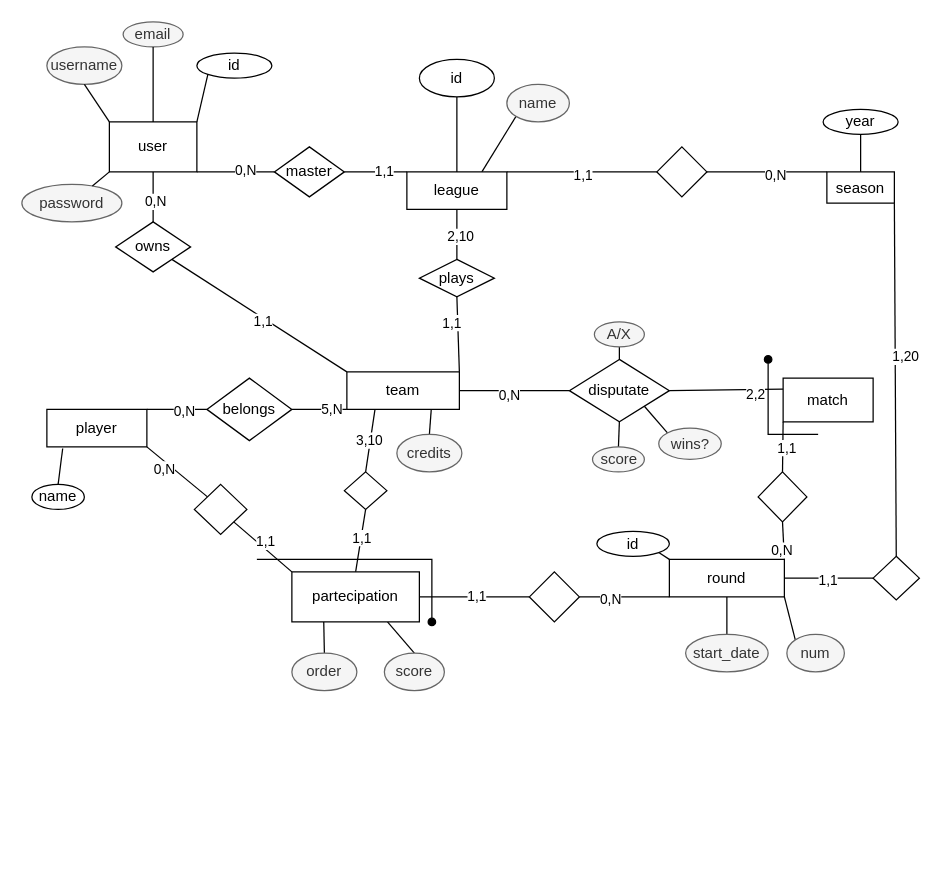
Before: docs/er.drawio in SamueleFacenda/fantatt, a draw.io diagram. Source tidied: cells renumbered, new cells numbered last; positions are measured from the earlier drawing's top-left corner, leaving out a move shared by most shapes. Both pictures are drawn from the tidied source at 125%, with x=0, y=0 at pixel (21, 21).
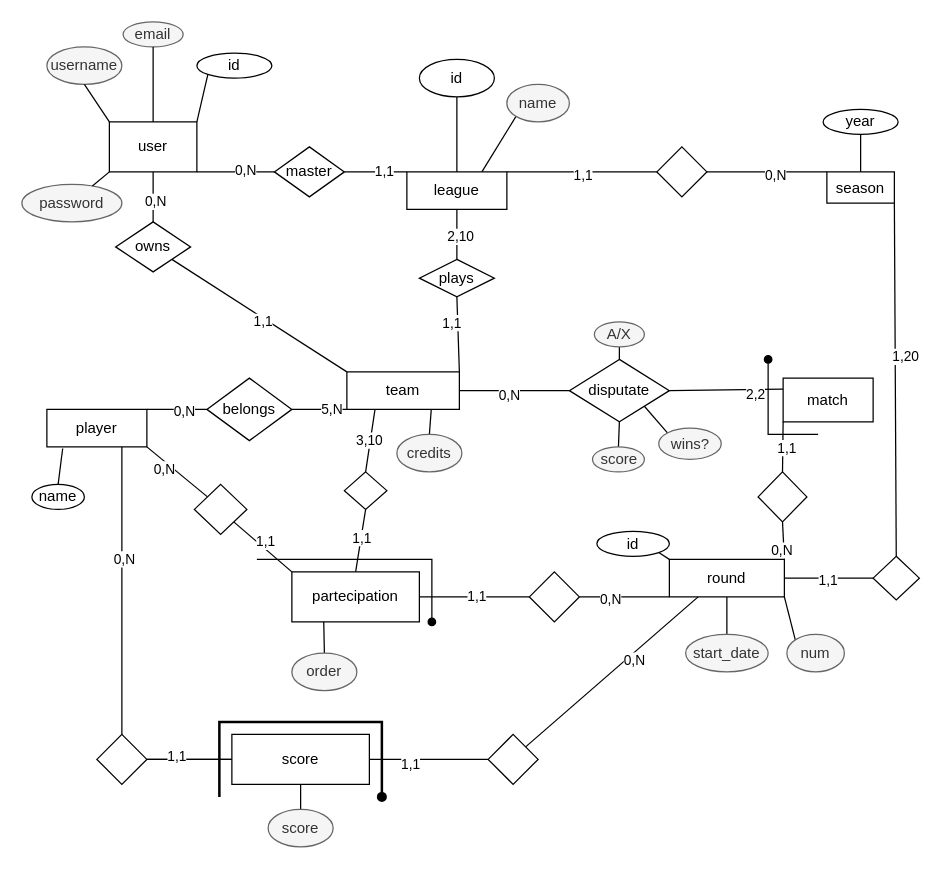
Above is the later version.

Unchanged cells that the change refers to:
```xml
<mxCell id="36" value="player" style="rounded=0;whiteSpace=wrap;html=1;" parent="1" vertex="1">
  <mxGeometry x="20" y="310" width="80" height="30" as="geometry" />
</mxCell>
<mxCell id="48" value="round" style="rounded=0;whiteSpace=wrap;html=1;" parent="1" vertex="1">
  <mxGeometry x="518" y="430" width="92" height="30" as="geometry" />
</mxCell>
<mxCell id="57" value="partecipation" style="rounded=0;whiteSpace=wrap;html=1;" parent="1" vertex="1">
  <mxGeometry x="216" y="440" width="102" height="40" as="geometry" />
</mxCell>
```

What changed in the source:
```diff
@@
-    <mxCell id="56" style="rounded=0;jettySize=auto;html=1;exitX=0.75;exitY=1;exitDx=0;exitDy=0;entryX=0.5;entryY=0;entryDx=0;entryDy=0;endArrow=none;endFill=0;" parent="1" edge="1" source="57" target="83">
-      <mxGeometry relative="1" as="geometry" />
-    </mxCell>
@@
-    <mxCell id="83" value="score" style="ellipse;whiteSpace=wrap;html=1;fillColor=#f5f5f5;fontColor=#333333;strokeColor=#666666;" parent="1" vertex="1">
-      <mxGeometry x="290" y="505" width="48" height="30" as="geometry" />
-    </mxCell>
@@
+    <mxCell id="101" style="edgeStyle=none;rounded=0;jettySize=auto;html=1;exitX=1;exitY=0.5;exitDx=0;exitDy=0;entryX=0;entryY=0.5;entryDx=0;entryDy=0;endArrow=none;endFill=0;" parent="1" edge="1" source="104" target="112">
+      <mxGeometry relative="1" as="geometry" />
+    </mxCell>
+    <mxCell id="102" value="1,1" style="edgeLabel;html=1;align=center;verticalAlign=middle;" parent="101" vertex="1">
+      <mxGeometry x="-0.33" y="-3" relative="1" as="geometry" />
+    </mxCell>
+    <mxCell id="103" style="edgeStyle=none;rounded=0;jettySize=auto;html=1;endArrow=none;endFill=0;" parent="1" edge="1" source="104" target="109">
+      <mxGeometry relative="1" as="geometry" />
+    </mxCell>
+    <mxCell id="104" value="score" style="rounded=0;whiteSpace=wrap;html=1;" parent="1" vertex="1">
+      <mxGeometry x="168" y="570" width="110" height="40" as="geometry" />
+    </mxCell>
+    <mxCell id="105" style="rounded=0;jettySize=auto;html=1;exitX=1;exitY=0.5;exitDx=0;exitDy=0;entryX=0;entryY=0.5;entryDx=0;entryDy=0;endArrow=none;endFill=0;" parent="1" edge="1" source="109" target="104">
+      <mxGeometry relative="1" as="geometry" />
+    </mxCell>
+    <mxCell id="106" value="1,1" style="edgeLabel;html=1;align=center;verticalAlign=middle;" parent="105" vertex="1">
+      <mxGeometry x="-0.32" y="3" relative="1" as="geometry" />
+    </mxCell>
+    <mxCell id="107" style="edgeStyle=none;rounded=0;jettySize=auto;html=1;exitX=0.5;exitY=0;exitDx=0;exitDy=0;entryX=0.75;entryY=1;entryDx=0;entryDy=0;endArrow=none;endFill=0;" parent="1" edge="1" source="109" target="36">
+      <mxGeometry relative="1" as="geometry" />
+    </mxCell>
+    <mxCell id="108" value="0,N" style="edgeLabel;html=1;align=center;verticalAlign=middle;" parent="107" vertex="1">
+      <mxGeometry x="0.23" y="-1" relative="1" as="geometry" />
+    </mxCell>
+    <mxCell id="109" style="rhombus;whiteSpace=wrap;html=1;" parent="1" vertex="1">
+      <mxGeometry x="60" y="570" width="40" height="40" as="geometry" />
+    </mxCell>
+    <mxCell id="110" style="edgeStyle=none;rounded=0;jettySize=auto;html=1;exitX=1;exitY=0;exitDx=0;exitDy=0;entryX=0.25;entryY=1;entryDx=0;entryDy=0;endArrow=none;endFill=0;" parent="1" edge="1" source="112" target="48">
+      <mxGeometry relative="1" as="geometry" />
+    </mxCell>
+    <mxCell id="111" value="0,N" style="edgeLabel;html=1;align=center;verticalAlign=middle;" parent="110" vertex="1">
+      <mxGeometry x="0.21" y="-4" relative="1" as="geometry" />
+    </mxCell>
+    <mxCell id="112" style="rhombus;whiteSpace=wrap;html=1;" parent="1" vertex="1">
+      <mxGeometry x="373" y="570" width="40" height="40" as="geometry" />
+    </mxCell>
+    <mxCell id="113" style="endArrow=oval;html=1;strokeWidth=2;rounded=0;endFill=1;" parent="1" edge="1">
+      <mxGeometry relative="1" as="geometry">
+        <mxPoint x="158" y="620" as="sourcePoint" />
+        <mxPoint x="288" y="620" as="targetPoint" />
+        <Array as="points">
+          <mxPoint x="158" y="560" />
+          <mxPoint x="288" y="560" />
+        </Array>
+      </mxGeometry>
+    </mxCell>
+    <mxCell id="114" style="edgeStyle=none;rounded=0;jettySize=auto;html=1;exitX=0.5;exitY=0;exitDx=0;exitDy=0;entryX=0.5;entryY=1;entryDx=0;entryDy=0;endArrow=none;endFill=0;" parent="1" edge="1" source="83" target="104">
+      <mxGeometry relative="1" as="geometry" />
+    </mxCell>
+    <mxCell id="83" value="score" style="ellipse;whiteSpace=wrap;html=1;fillColor=#f5f5f5;fontColor=#333333;strokeColor=#666666;" parent="1" vertex="1">
+      <mxGeometry x="197" y="630" width="52" height="30" as="geometry" />
+    </mxCell>
```
